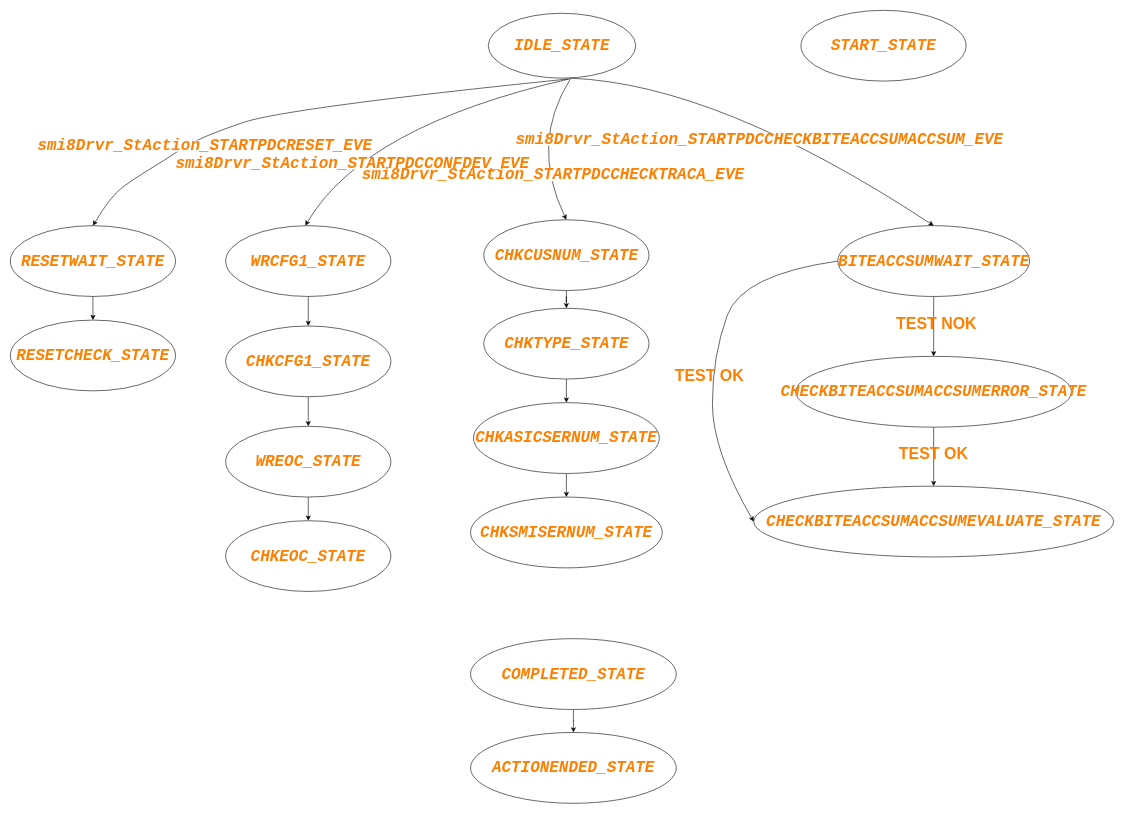
Above: smi8xx_staction.drawio in woshitanwang/pics_procdure (draw.io), before the change. Source tidied: cells renumbered, new cells numbered last; positions are measured from the earlier drawing's top-left corner, leaving out a move shared by most shapes. Both pictures are drawn from the tidied source at 59%, with x=0, y=0 at pixel (10, 10).
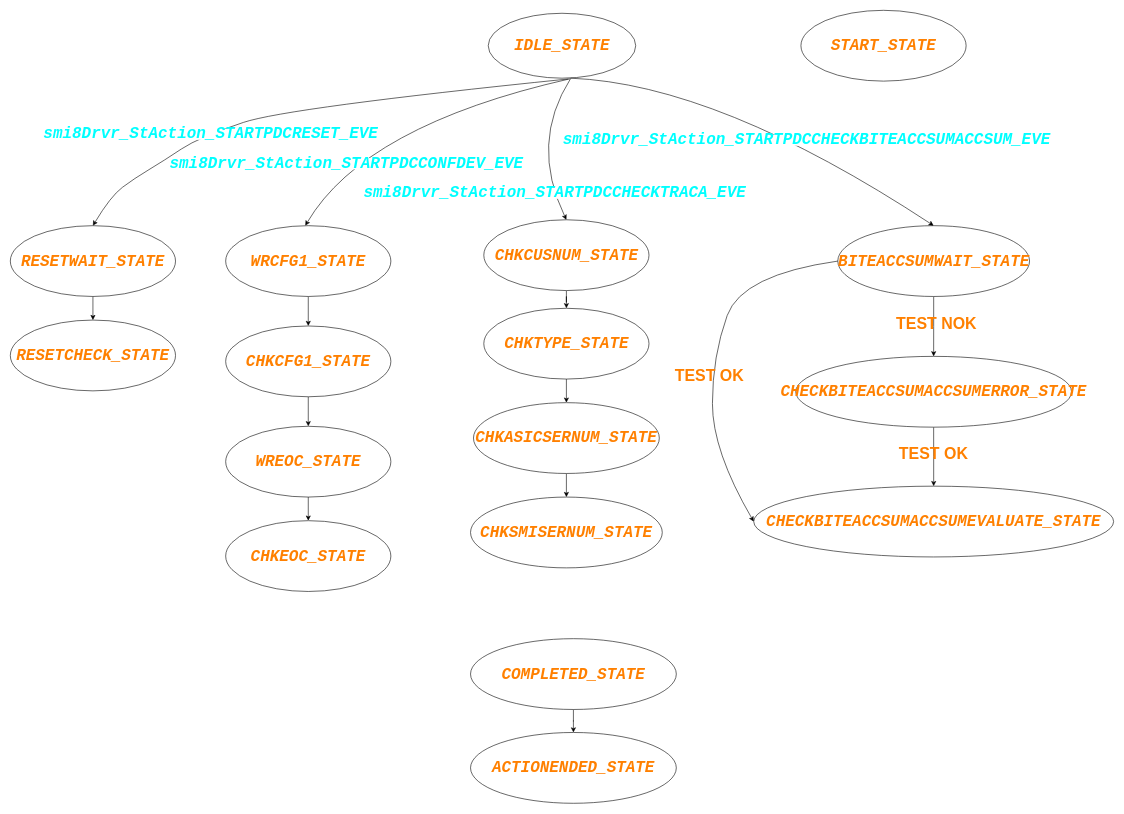
The same diagram, later.

What changed in the source:
```diff
@@
-    <mxCell id="34" value="&lt;div style=&quot;font-family: consolas, &amp;quot;courier new&amp;quot;, monospace; font-size: 27px; line-height: 19px;&quot;&gt;&lt;span style=&quot;font-style: italic; font-size: 27px;&quot;&gt;smi8Drvr_StAction_STARTPDCRESET_EVE&lt;/span&gt;&lt;/div&gt;" style="text;html=1;strokeColor=none;fillColor=none;align=center;verticalAlign=middle;whiteSpace=wrap;rounded=0;labelBackgroundColor=default;fontColor=#FF8000;fontStyle=1;fontSize=27;" parent="1" vertex="1">
-      <mxGeometry x="180" y="215" width="300" height="30" as="geometry" />
+    <mxCell id="34" value="&lt;div style=&quot;font-family: consolas, &amp;quot;courier new&amp;quot;, monospace; font-size: 27px; line-height: 19px;&quot;&gt;&lt;span style=&quot;font-style: italic; font-size: 27px;&quot;&gt;smi8Drvr_StAction_STARTPDCRESET_EVE&lt;/span&gt;&lt;/div&gt;" style="text;html=1;strokeColor=none;fillColor=none;align=center;verticalAlign=middle;whiteSpace=wrap;rounded=0;labelBackgroundColor=default;fontColor=#00FFFF;fontStyle=1;fontSize=27;" parent="1" vertex="1">
+      <mxGeometry x="190" y="195" width="300" height="30" as="geometry" />
     </mxCell>
@@
-    <mxCell id="36" value="&lt;div style=&quot;font-family: consolas, &amp;quot;courier new&amp;quot;, monospace; font-size: 27px; line-height: 19px;&quot;&gt;&lt;span style=&quot;font-style: italic; font-size: 27px;&quot;&gt;smi8Drvr_StAction_STARTPDCCONFDEV_EVE&lt;/span&gt;&lt;/div&gt;" style="text;html=1;strokeColor=none;fillColor=none;align=center;verticalAlign=middle;whiteSpace=wrap;rounded=0;labelBackgroundColor=default;fontColor=#FF8000;fontStyle=1;fontSize=27;" parent="1" vertex="1">
-      <mxGeometry x="420" y="245" width="320" height="30" as="geometry" />
+    <mxCell id="36" value="&lt;div style=&quot;font-family: consolas, &amp;quot;courier new&amp;quot;, monospace; font-size: 27px; line-height: 19px;&quot;&gt;&lt;span style=&quot;font-style: italic; font-size: 27px;&quot;&gt;smi8Drvr_StAction_STARTPDCCONFDEV_EVE&lt;/span&gt;&lt;/div&gt;" style="text;html=1;strokeColor=none;fillColor=none;align=center;verticalAlign=middle;whiteSpace=wrap;rounded=0;labelBackgroundColor=default;fontColor=#00FFFF;fontStyle=1;fontSize=27;" parent="1" vertex="1">
+      <mxGeometry x="410" y="245" width="320" height="30" as="geometry" />
     </mxCell>
@@
-    <mxCell id="38" value="&lt;div style=&quot;font-family: consolas, &amp;quot;courier new&amp;quot;, monospace; font-size: 27px; line-height: 19px;&quot;&gt;&lt;div style=&quot;font-family: consolas, &amp;quot;courier new&amp;quot;, monospace; line-height: 19px; font-size: 27px;&quot;&gt;&lt;span style=&quot;font-style: italic; font-size: 27px;&quot;&gt;smi8Drvr_StAction_STARTPDCCHECKTRACA_EVE&lt;/span&gt;&lt;/div&gt;&lt;/div&gt;" style="text;html=1;strokeColor=none;fillColor=none;align=center;verticalAlign=middle;whiteSpace=wrap;rounded=0;labelBackgroundColor=default;fontColor=#FF8000;fontStyle=1;fontSize=27;" parent="1" vertex="1">
-      <mxGeometry x="760" y="265" width="320" height="30" as="geometry" />
+    <mxCell id="38" value="&lt;div style=&quot;font-family: consolas, &amp;quot;courier new&amp;quot;, monospace; font-size: 27px; line-height: 19px;&quot;&gt;&lt;div style=&quot;font-family: consolas, &amp;quot;courier new&amp;quot;, monospace; line-height: 19px; font-size: 27px;&quot;&gt;&lt;span style=&quot;font-style: italic; font-size: 27px;&quot;&gt;smi8Drvr_StAction_STARTPDCCHECKTRACA_EVE&lt;/span&gt;&lt;/div&gt;&lt;/div&gt;" style="text;html=1;strokeColor=none;fillColor=none;align=center;verticalAlign=middle;whiteSpace=wrap;rounded=0;labelBackgroundColor=default;fontColor=#00FFFF;fontStyle=1;fontSize=27;" parent="1" vertex="1">
+      <mxGeometry x="762.5" y="295" width="320" height="30" as="geometry" />
     </mxCell>
@@
-    <mxCell id="40" value="&lt;div style=&quot;font-family: consolas, &amp;quot;courier new&amp;quot;, monospace; font-size: 27px; line-height: 19px;&quot;&gt;&lt;div style=&quot;font-family: consolas, &amp;quot;courier new&amp;quot;, monospace; line-height: 19px; font-size: 27px;&quot;&gt;&lt;div style=&quot;font-family: consolas, &amp;quot;courier new&amp;quot;, monospace; line-height: 19px; font-size: 27px;&quot;&gt;&lt;span style=&quot;font-style: italic; font-size: 27px;&quot;&gt;smi8Drvr_StAction_STARTPDCCHECKBITEACCSUMACCSUM_EVE&lt;/span&gt;&lt;/div&gt;&lt;/div&gt;&lt;/div&gt;" style="text;html=1;strokeColor=none;fillColor=none;align=center;verticalAlign=middle;whiteSpace=wrap;rounded=0;labelBackgroundColor=default;fontColor=#FF8000;fontStyle=1;fontSize=27;" parent="1" vertex="1">
-      <mxGeometry x="1110" y="205" width="320" height="30" as="geometry" />
+    <mxCell id="40" value="&lt;div style=&quot;font-family: consolas, &amp;quot;courier new&amp;quot;, monospace; font-size: 27px; line-height: 19px;&quot;&gt;&lt;div style=&quot;font-family: consolas, &amp;quot;courier new&amp;quot;, monospace; line-height: 19px; font-size: 27px;&quot;&gt;&lt;div style=&quot;font-family: consolas, &amp;quot;courier new&amp;quot;, monospace; line-height: 19px; font-size: 27px;&quot;&gt;&lt;span style=&quot;font-style: italic; font-size: 27px;&quot;&gt;smi8Drvr_StAction_STARTPDCCHECKBITEACCSUMACCSUM_EVE&lt;/span&gt;&lt;/div&gt;&lt;/div&gt;&lt;/div&gt;" style="text;html=1;strokeColor=none;fillColor=none;align=center;verticalAlign=middle;whiteSpace=wrap;rounded=0;labelBackgroundColor=default;fontColor=#00FFFF;fontStyle=1;fontSize=27;" parent="1" vertex="1">
+      <mxGeometry x="1190" y="205" width="320" height="30" as="geometry" />
     </mxCell>
```
